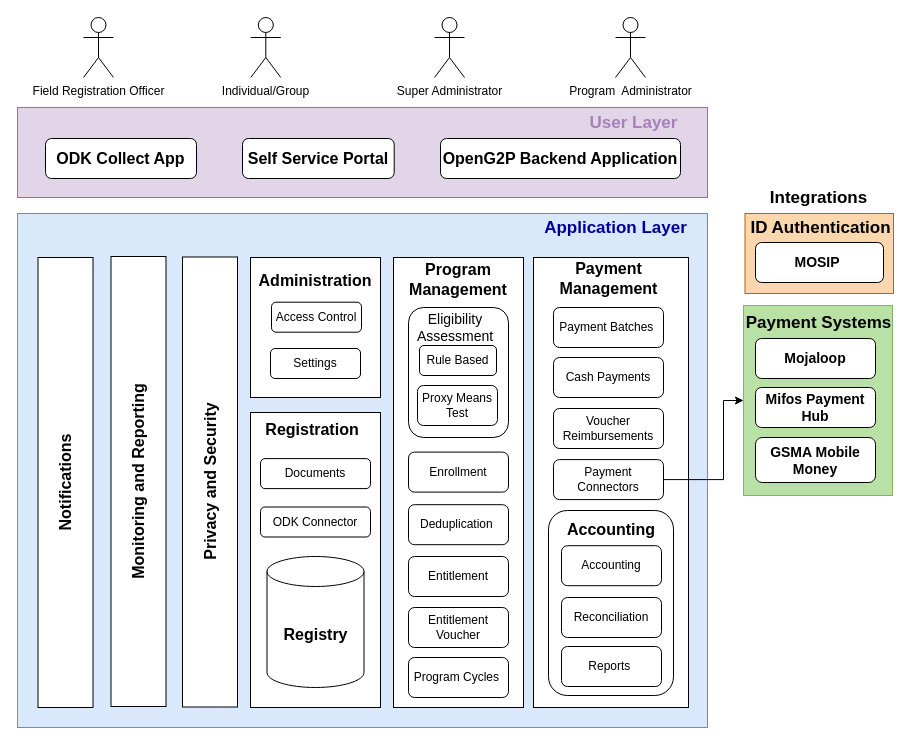
OpenG2P/openg2p-documentation keeps this draw.io diagram as .gitbook/assets/functional-architecture.drawio. Above is the earlier version. Source tidied: cells renumbered, new cells numbered last; positions are measured from the earlier drawing's top-left corner, leaving out a move shared by most shapes. Both pictures are drawn from the tidied source at 100%, with x=0, y=0 at pixel (-160, 17).
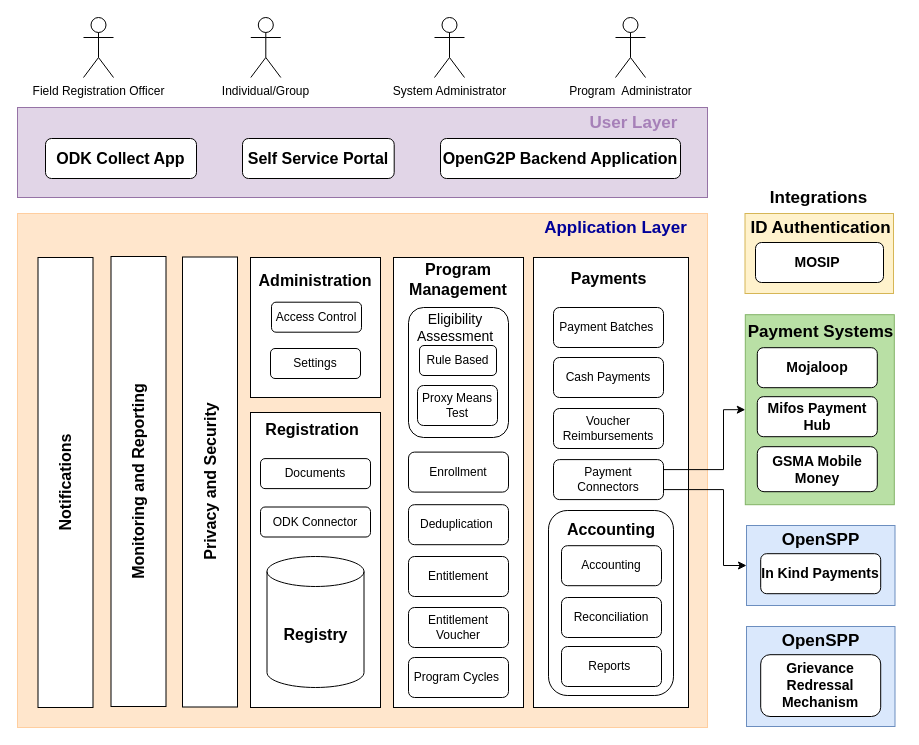
After the change.

Unchanged cells that the change refers to:
```xml
<mxCell id="56" value="Payment Connectors" style="rounded=1;whiteSpace=wrap;html=1;" parent="1" vertex="1">
  <mxGeometry x="713" y="442.1" width="110" height="40" as="geometry" />
</mxCell>
```

What changed in the source:
```diff
@@
-    <mxCell id="2" style="rounded=0;whiteSpace=wrap;html=1;fillColor=#dae8fc;strokeColor=#6c8ebf;" parent="1" vertex="1">
+    <mxCell id="2" style="rounded=0;whiteSpace=wrap;html=1;fillColor=#ffe6cc;strokeColor=#FFCE9F;" parent="1" vertex="1">
       <mxGeometry x="177" y="196" width="690" height="514" as="geometry" />
     </mxCell>
@@
     <mxCell id="5" style="rounded=0;whiteSpace=wrap;html=1;fillColor=#B9E0A5;strokeColor=#82b366;" parent="1" vertex="1">
-      <mxGeometry x="903" y="288" width="149" height="190" as="geometry" />
+      <mxGeometry x="904.8" y="297.2" width="149" height="190" as="geometry" />
     </mxCell>
-    <mxCell id="6" style="rounded=0;whiteSpace=wrap;html=1;fillColor=#fad7ac;strokeColor=#b46504;" parent="1" vertex="1">
+    <mxCell id="6" style="rounded=0;whiteSpace=wrap;html=1;fillColor=#fff2cc;strokeColor=#d6b656;" parent="1" vertex="1">
       <mxGeometry x="904.5" y="196" width="148.5" height="80" as="geometry" />
     </mxCell>
@@
-    <mxCell id="12" value="Super Administrator" style="shape=umlActor;verticalLabelPosition=bottom;verticalAlign=top;html=1;" parent="1" vertex="1">
+    <mxCell id="12" value="System Administrator" style="shape=umlActor;verticalLabelPosition=bottom;verticalAlign=top;html=1;" parent="1" vertex="1">
       <mxGeometry x="594" width="30" height="60" as="geometry" />
     </mxCell>
@@
     <mxCell id="30" value="&lt;b&gt;&lt;font style=&quot;font-size: 14px;&quot;&gt;Mojaloop&lt;/font&gt;&lt;/b&gt;" style="rounded=1;whiteSpace=wrap;html=1;" parent="1" vertex="1">
-      <mxGeometry x="915" y="321" width="120" height="40" as="geometry" />
+      <mxGeometry x="916.8" y="330.2" width="120" height="40" as="geometry" />
     </mxCell>
@@
     <mxCell id="35" value="&lt;b&gt;&lt;font style=&quot;font-size: 14px;&quot;&gt;Mifos Payment Hub&lt;/font&gt;&lt;/b&gt;" style="rounded=1;whiteSpace=wrap;html=1;" parent="1" vertex="1">
-      <mxGeometry x="915" y="370" width="120" height="40" as="geometry" />
+      <mxGeometry x="916.8" y="379.2" width="120" height="40" as="geometry" />
     </mxCell>
     <mxCell id="36" value="&lt;b&gt;&lt;font style=&quot;font-size: 14px;&quot;&gt;GSMA Mobile Money&lt;/font&gt;&lt;/b&gt;" style="rounded=1;whiteSpace=wrap;html=1;" parent="1" vertex="1">
-      <mxGeometry x="915" y="420" width="120" height="45" as="geometry" />
+      <mxGeometry x="916.8" y="429.2" width="120" height="45" as="geometry" />
     </mxCell>
@@
-    <mxCell id="41" value="Payment Management" style="text;html=1;strokeColor=none;fillColor=none;align=center;verticalAlign=middle;whiteSpace=wrap;rounded=0;fontSize=16;fontStyle=1;" parent="1" vertex="1">
+    <mxCell id="41" value="Payments" style="text;html=1;strokeColor=none;fillColor=none;align=center;verticalAlign=middle;whiteSpace=wrap;rounded=0;fontSize=16;fontStyle=1;" parent="1" vertex="1">
       <mxGeometry x="718.5" y="246" width="99" height="30" as="geometry" />
     </mxCell>
@@
     <mxCell id="45" value="&lt;b&gt;&lt;font color=&quot;#000000&quot; style=&quot;font-size: 17px;&quot;&gt;Payment Systems&lt;/font&gt;&lt;/b&gt;" style="text;html=1;align=center;verticalAlign=middle;whiteSpace=wrap;rounded=0;fontColor=#66FFB3;" parent="1" vertex="1">
-      <mxGeometry x="898" y="290.8" width="161" height="30" as="geometry" />
+      <mxGeometry x="899.8" y="300.1" width="161" height="30" as="geometry" />
     </mxCell>
@@
-    <mxCell id="55" style="edgeStyle=orthogonalEdgeStyle;rounded=0;jettySize=auto;html=1;exitX=1;exitY=0.5;exitDx=0;exitDy=0;entryX=0;entryY=0.5;entryDx=0;entryDy=0;" parent="1" edge="1" source="56" target="5">
+    <mxCell id="55" style="edgeStyle=orthogonalEdgeStyle;rounded=0;jettySize=auto;html=1;exitX=1;exitY=0.25;exitDx=0;exitDy=0;entryX=0;entryY=0.5;entryDx=0;entryDy=0;" parent="1" edge="1" source="56" target="5">
       <mxGeometry relative="1" as="geometry">
         <Array as="points">
-          <mxPoint x="883" y="462" />
-          <mxPoint x="883" y="383" />
+          <mxPoint x="883" y="452" />
+          <mxPoint x="883" y="392" />
         </Array>
       </mxGeometry>
     </mxCell>
+    <mxCell id="57" style="edgeStyle=orthogonalEdgeStyle;rounded=0;jettySize=auto;html=1;exitX=1;exitY=0.75;exitDx=0;exitDy=0;entryX=0;entryY=0.5;entryDx=0;entryDy=0;" parent="1" edge="1" source="56" target="58">
+      <mxGeometry relative="1" as="geometry">
+        <Array as="points">
+          <mxPoint x="883" y="472" />
+          <mxPoint x="883" y="548" />
+        </Array>
+      </mxGeometry>
+    </mxCell>
@@
+    <mxCell id="58" style="rounded=0;whiteSpace=wrap;html=1;fillColor=#dae8fc;strokeColor=#6c8ebf;" parent="1" vertex="1">
+      <mxGeometry x="906" y="508" width="148.5" height="80" as="geometry" />
+    </mxCell>
+    <mxCell id="59" value="&lt;b&gt;&lt;font style=&quot;font-size: 14px;&quot;&gt;In Kind Payments&lt;/font&gt;&lt;/b&gt;" style="rounded=1;whiteSpace=wrap;html=1;" parent="1" vertex="1">
+      <mxGeometry x="920.2" y="536.2" width="120" height="40" as="geometry" />
+    </mxCell>
+    <mxCell id="60" value="&lt;b&gt;&lt;font color=&quot;#000000&quot; style=&quot;font-size: 17px;&quot;&gt;OpenSPP&lt;/font&gt;&lt;/b&gt;" style="text;html=1;align=center;verticalAlign=middle;whiteSpace=wrap;rounded=0;fontColor=#66FFB3;" parent="1" vertex="1">
+      <mxGeometry x="899.8" y="508" width="161" height="30" as="geometry" />
+    </mxCell>
+    <mxCell id="61" style="rounded=0;whiteSpace=wrap;html=1;fillColor=#dae8fc;strokeColor=#6c8ebf;" parent="1" vertex="1">
+      <mxGeometry x="906" y="609" width="148.5" height="100" as="geometry" />
+    </mxCell>
+    <mxCell id="62" value="&lt;b&gt;&lt;font style=&quot;font-size: 14px;&quot;&gt;Grievance Redressal Mechanism&lt;/font&gt;&lt;/b&gt;" style="rounded=1;whiteSpace=wrap;html=1;" parent="1" vertex="1">
+      <mxGeometry x="920.2" y="637.2" width="120" height="61.8" as="geometry" />
+    </mxCell>
+    <mxCell id="63" value="&lt;b&gt;&lt;font color=&quot;#000000&quot; style=&quot;font-size: 17px;&quot;&gt;OpenSPP&lt;/font&gt;&lt;/b&gt;" style="text;html=1;align=center;verticalAlign=middle;whiteSpace=wrap;rounded=0;fontColor=#66FFB3;" parent="1" vertex="1">
+      <mxGeometry x="899.8" y="609" width="161" height="30" as="geometry" />
+    </mxCell>
```
